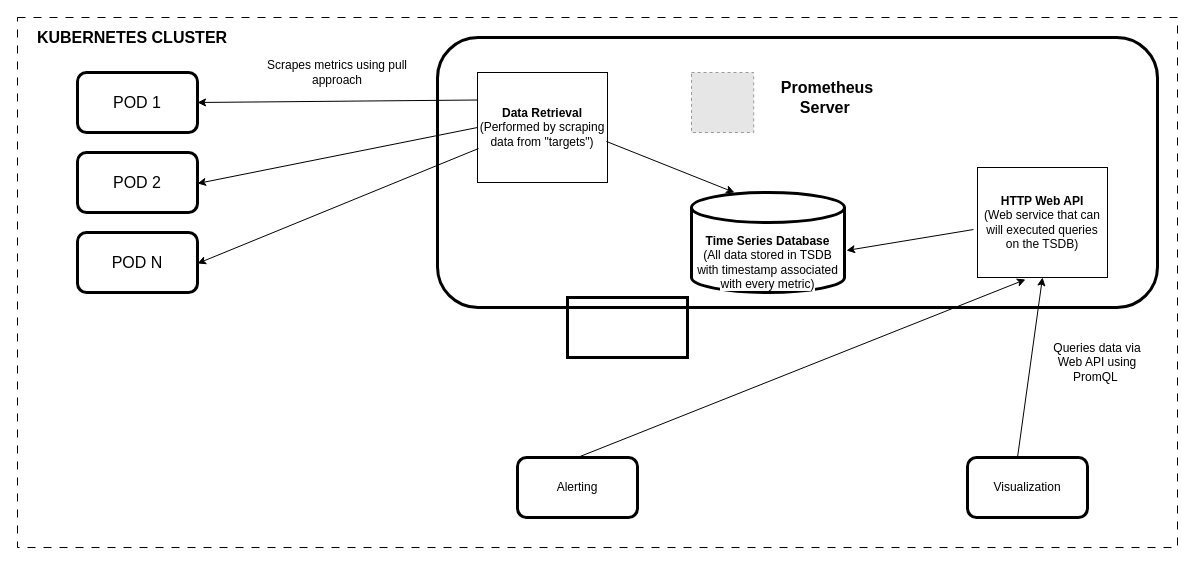
This is prometheus_overview.drawio from kerrystack/msc-project, a draw.io file, before an edit. Source tidied: cells renumbered, new cells numbered last; positions are measured from the earlier drawing's top-left corner, leaving out a move shared by most shapes. Both pictures are drawn from the tidied source at 100%, with x=0, y=0 at pixel (17, 17). Pictures stored in the file or linked from it are replaced by grey dashed boxes.
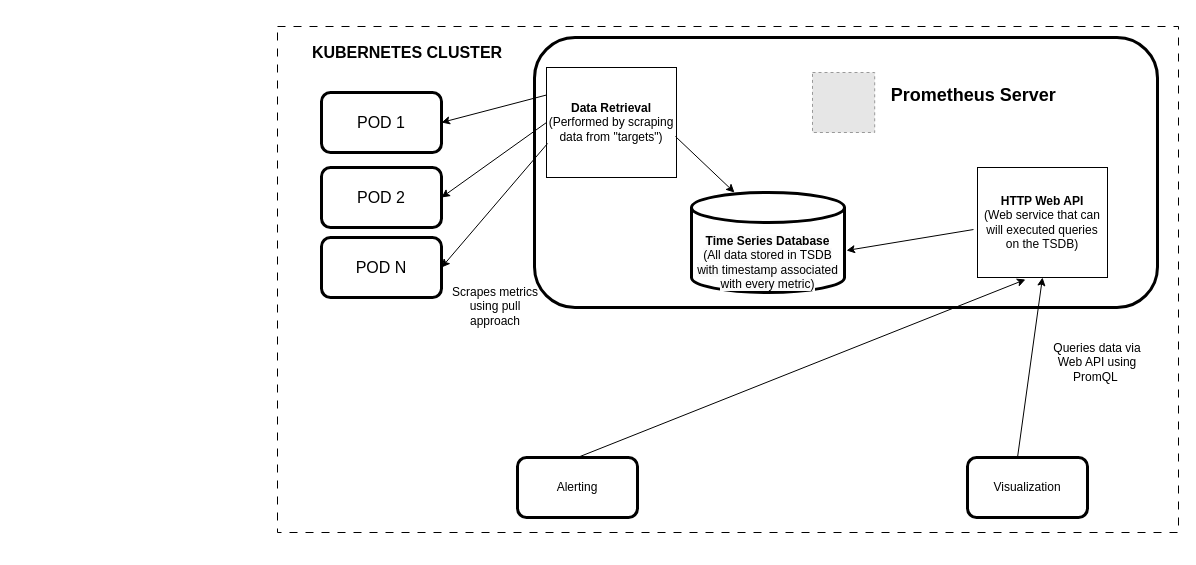
The same diagram, later.

Diff of the diagram source:
```diff
@@
     <mxCell id="2" value="&lt;b&gt;Data Retrieval&lt;/b&gt; (Performed by scraping data from &quot;targets&quot;)" style="rounded=0;whiteSpace=wrap;html=1;" parent="1" vertex="1">
-      <mxGeometry x="460" y="55" width="130" height="110" as="geometry" />
+      <mxGeometry x="529" y="50" width="130" height="110" as="geometry" />
     </mxCell>
@@
     <mxCell id="6" style="rounded=1;whiteSpace=wrap;html=1;fillColor=none;strokeWidth=3;" parent="1" vertex="1">
-      <mxGeometry x="420" y="20" width="720" height="270" as="geometry" />
+      <mxGeometry x="517" y="20" width="623" height="270" as="geometry" />
     </mxCell>
     <mxCell id="7" style="fillColor=#E6E6E6;strokeColor=#999999;dashed=1;verticalLabelPosition=bottom;labelBackgroundColor=default;verticalAlign=top;" parent="1" vertex="1">
-      <mxGeometry x="674" y="55" width="62.2" height="60" as="geometry" />
+      <mxGeometry x="795" y="55" width="62.2" height="60" as="geometry" />
     </mxCell>
-    <mxCell id="8" value="&lt;font style=&quot;font-size: 16px;&quot;&gt;&lt;b&gt;Prometheus&lt;br&gt;Server&lt;/b&gt;&amp;nbsp;&lt;/font&gt;" style="text;html=1;strokeColor=none;fillColor=none;align=center;verticalAlign=middle;whiteSpace=wrap;rounded=0;" parent="1" vertex="1">
-      <mxGeometry x="730" y="55" width="160" height="50" as="geometry" />
+    <mxCell id="8" value="&lt;font style=&quot;font-size: 16px;&quot;&gt;&lt;b style=&quot;font-size: 18px;&quot;&gt;Prometheus Server&lt;/b&gt;&amp;nbsp;&lt;/font&gt;" style="text;html=1;strokeColor=none;fillColor=none;align=center;verticalAlign=middle;whiteSpace=wrap;rounded=0;" parent="1" vertex="1">
+      <mxGeometry x="829" y="53" width="259" height="50" as="geometry" />
     </mxCell>
@@
     <mxCell id="10" value="POD 1" style="rounded=1;whiteSpace=wrap;html=1;strokeWidth=3;fontSize=16;fillColor=none;" parent="1" vertex="1">
-      <mxGeometry x="60" y="55" width="120" height="60" as="geometry" />
+      <mxGeometry x="304" y="75" width="120" height="60" as="geometry" />
     </mxCell>
     <mxCell id="11" value="POD 2" style="rounded=1;whiteSpace=wrap;html=1;strokeWidth=3;fontSize=16;fillColor=none;" parent="1" vertex="1">
-      <mxGeometry x="60" y="135" width="120" height="60" as="geometry" />
+      <mxGeometry x="304" y="150" width="120" height="60" as="geometry" />
     </mxCell>
     <mxCell id="12" value="POD N" style="rounded=1;whiteSpace=wrap;html=1;strokeWidth=3;fontSize=16;fillColor=none;" parent="1" vertex="1">
-      <mxGeometry x="60" y="215" width="120" height="60" as="geometry" />
+      <mxGeometry x="304" y="220" width="120" height="60" as="geometry" />
     </mxCell>
     <mxCell id="13" value="&lt;font style=&quot;font-size: 12px;&quot;&gt;Scrapes metrics using pull approach&lt;/font&gt;" style="text;html=1;strokeColor=none;fillColor=none;align=center;verticalAlign=middle;whiteSpace=wrap;rounded=0;" parent="1" vertex="1">
-      <mxGeometry x="240" y="30" width="160" height="50" as="geometry" />
+      <mxGeometry x="427" y="264" width="102" height="50" as="geometry" />
     </mxCell>
@@
-    <mxCell id="19" style="endArrow=classic;html=1;rounded=0;fontSize=12;entryX=1;entryY=0.5;entryDx=0;entryDy=0;exitX=0;exitY=0.5;exitDx=0;exitDy=0;" parent="1" edge="1" source="2">
-      <mxGeometry relative="1" as="geometry">
-        <mxPoint x="180" y="166" as="targetPoint" />
-      </mxGeometry>
+    <mxCell id="19" style="endArrow=classic;html=1;rounded=0;fontSize=12;entryX=1;entryY=0.5;entryDx=0;entryDy=0;exitX=0;exitY=0.5;exitDx=0;exitDy=0;" parent="1" edge="1" source="2" target="11">
+      <mxGeometry relative="1" as="geometry" />
     </mxCell>
-    <mxCell id="20" style="endArrow=classic;html=1;rounded=0;fontSize=12;entryX=1;entryY=0.5;entryDx=0;entryDy=0;exitX=0.008;exitY=0.691;exitDx=0;exitDy=0;exitPerimeter=0;" parent="1" edge="1" source="2">
-      <mxGeometry relative="1" as="geometry">
-        <mxPoint x="180" y="246" as="targetPoint" />
-      </mxGeometry>
+    <mxCell id="20" style="endArrow=classic;html=1;rounded=0;fontSize=12;entryX=1;entryY=0.5;entryDx=0;entryDy=0;exitX=0.008;exitY=0.691;exitDx=0;exitDy=0;exitPerimeter=0;" parent="1" edge="1" source="2" target="12">
+      <mxGeometry relative="1" as="geometry" />
     </mxCell>
@@
-    <mxCell id="22" style="rounded=0;whiteSpace=wrap;html=1;strokeWidth=3;fontSize=12;fillColor=none;" parent="1" vertex="1">
-      <mxGeometry x="550" y="280" width="120" height="60" as="geometry" />
-    </mxCell>
     <mxCell id="23" style="rounded=0;whiteSpace=wrap;html=1;strokeWidth=1;fontSize=12;fillColor=none;dashed=1;dashPattern=8 8;" parent="1" vertex="1">
-      <mxGeometry width="1160" height="530" as="geometry" />
+      <mxGeometry x="260" y="9" width="901" height="506" as="geometry" />
     </mxCell>
     <mxCell id="24" value="&lt;span style=&quot;font-size: 16px;&quot;&gt;&lt;b&gt;KUBERNETES CLUSTER&lt;/b&gt;&lt;/span&gt;" style="text;html=1;strokeColor=none;fillColor=none;align=center;verticalAlign=middle;whiteSpace=wrap;rounded=0;" parent="1" vertex="1">
-      <mxGeometry x="10" width="210" height="40" as="geometry" />
+      <mxGeometry x="285" y="15" width="210" height="40" as="geometry" />
     </mxCell>
```
